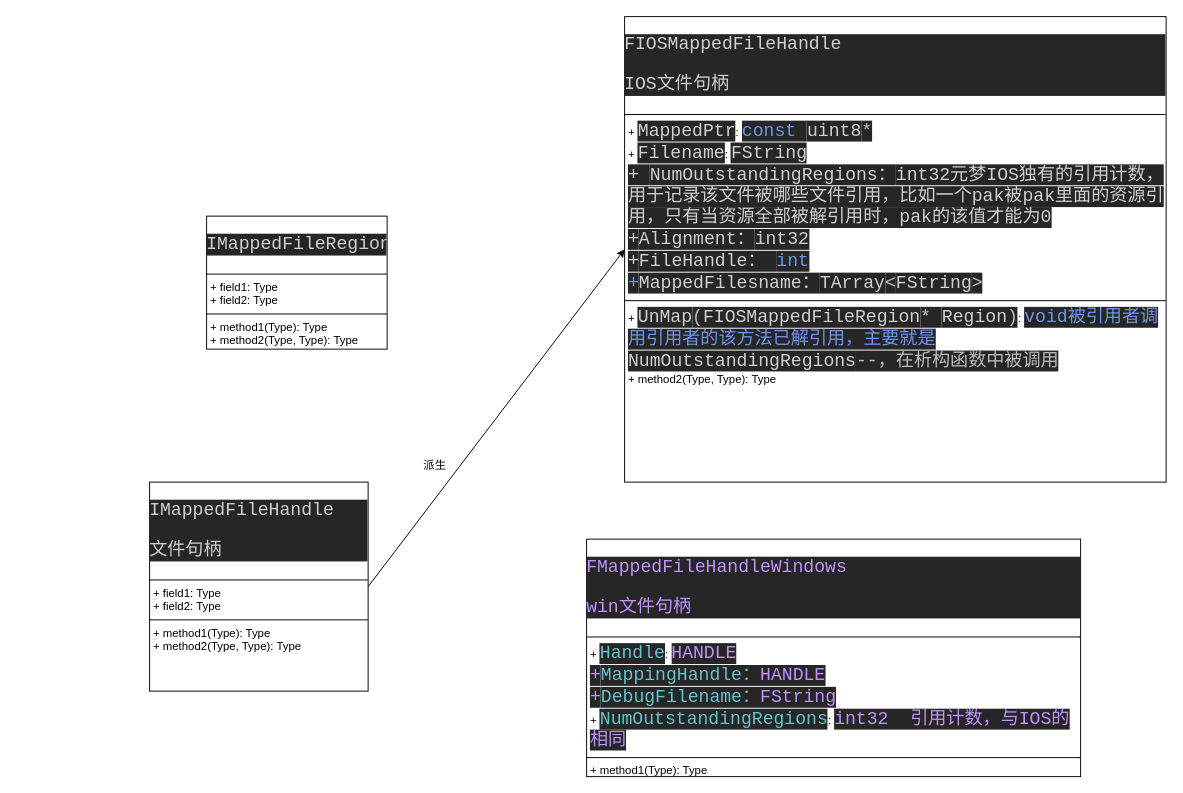
Before: page "类与数据结构C++端" (2 of 9) of 资源重构.drawio in ling-shixi/meta, a draw.io diagram. Source tidied: cells renumbered, new cells numbered last; positions are measured from the earlier drawing's top-left corner, leaving out a move shared by most shapes. Both pictures are drawn from the tidied source at 95%, with x=0, y=0 at pixel (149, 16).
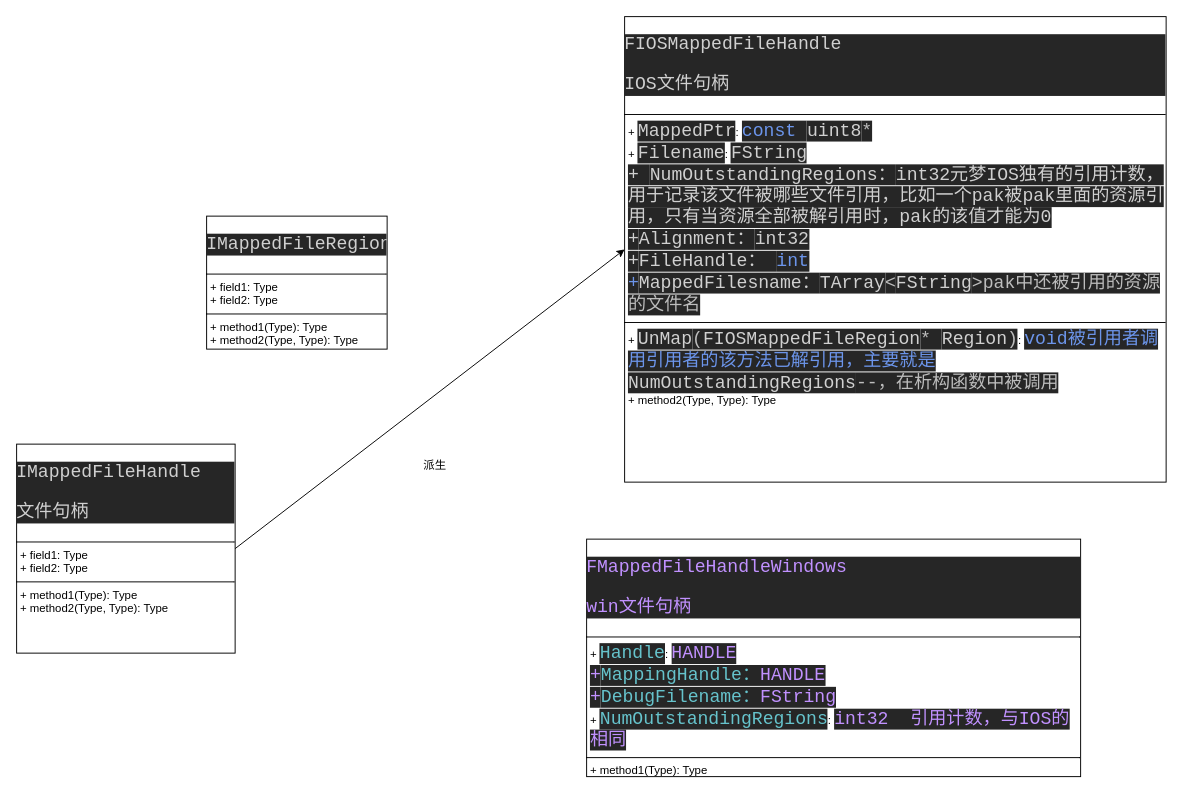
The same diagram, later.

Commit message:
更新资源重构.drawio

Change to the diagram source:
```diff
@@
 <mxGraphModel>
   <root>
     <mxCell id="0" />
     <mxCell id="1" parent="0" />
     <mxCell id="2" value="&lt;div style=&quot;background-color:#262626;color:#d0d0d0&quot;&gt;&lt;pre style=&quot;font-family:'JetBrains Mono',monospace;font-size:14.3pt;&quot;&gt;IMappedFileRegion&lt;/pre&gt;&lt;/div&gt;&lt;hr size=&quot;1&quot; style=&quot;border-style:solid;&quot;&gt;&lt;p style=&quot;margin:0px;margin-left:4px;&quot;&gt;+ field1: Type&lt;br&gt;+ field2: Type&lt;/p&gt;&lt;hr size=&quot;1&quot; style=&quot;border-style:solid;&quot;&gt;&lt;p style=&quot;margin:0px;margin-left:4px;&quot;&gt;+ method1(Type): Type&lt;br&gt;+ method2(Type, Type): Type&lt;/p&gt;" style="verticalAlign=top;align=left;overflow=fill;html=1;whiteSpace=wrap;" parent="1" vertex="1">
       <mxGeometry x="60" y="210" width="190" height="140" as="geometry" />
     </mxCell>
     <mxCell id="3" value="&lt;div style=&quot;background-color:#262626;color:#d0d0d0&quot;&gt;&lt;pre style=&quot;font-family:'JetBrains Mono',monospace;font-size:14.3pt;&quot;&gt;IMappedFileHandle&lt;/pre&gt;&lt;pre style=&quot;font-family:'JetBrains Mono',monospace;font-size:14.3pt;&quot;&gt;文件句柄&lt;/pre&gt;&lt;/div&gt;&lt;hr size=&quot;1&quot; style=&quot;border-style:solid;&quot;&gt;&lt;p style=&quot;margin:0px;margin-left:4px;&quot;&gt;+ field1: Type&lt;br&gt;+ field2: Type&lt;/p&gt;&lt;hr size=&quot;1&quot; style=&quot;border-style:solid;&quot;&gt;&lt;p style=&quot;margin:0px;margin-left:4px;&quot;&gt;+ method1(Type): Type&lt;br&gt;+ method2(Type, Type): Type&lt;/p&gt;" style="verticalAlign=top;align=left;overflow=fill;html=1;whiteSpace=wrap;" parent="1" vertex="1">
-      <mxGeometry y="490" width="230" height="220" as="geometry" />
+      <mxGeometry x="-140" y="450" width="230" height="220" as="geometry" />
     </mxCell>
-    <mxCell id="4" value="&lt;div style=&quot;background-color:#262626;color:#d0d0d0&quot;&gt;&lt;pre style=&quot;font-family:'JetBrains Mono',monospace;font-size:14.3pt;&quot;&gt;FIOSMappedFileHandle&lt;/pre&gt;&lt;pre style=&quot;font-family:'JetBrains Mono',monospace;font-size:14.3pt;&quot;&gt;IOS文件句柄&lt;/pre&gt;&lt;/div&gt;&lt;hr size=&quot;1&quot; style=&quot;border-style:solid;&quot;&gt;&lt;p style=&quot;margin:0px;margin-left:4px;&quot;&gt;+&amp;nbsp;&lt;span style=&quot;font-family: &amp;quot;JetBrains Mono&amp;quot;, monospace; font-size: 14.3pt; background-color: rgb(38, 38, 38); color: rgb(208, 208, 208);&quot;&gt;MappedPtr&lt;/span&gt;&lt;span style=&quot;background-color: initial;&quot;&gt;:&amp;nbsp;&lt;/span&gt;&lt;span style=&quot;font-family: &amp;quot;JetBrains Mono&amp;quot;, monospace; font-size: 14.3pt; background-color: rgb(38, 38, 38); color: rgb(108, 149, 235);&quot;&gt;const &lt;/span&gt;&lt;span style=&quot;font-family: &amp;quot;JetBrains Mono&amp;quot;, monospace; font-size: 14.3pt; background-color: rgb(38, 38, 38); color: rgb(208, 208, 208);&quot;&gt;uint8&lt;/span&gt;&lt;span style=&quot;font-family: &amp;quot;JetBrains Mono&amp;quot;, monospace; font-size: 14.3pt; background-color: rgb(38, 38, 38); color: rgb(189, 189, 189);&quot;&gt;*&lt;/span&gt;&lt;/p&gt;&lt;p style=&quot;margin:0px;margin-left:4px;&quot;&gt;+&amp;nbsp;&lt;span style=&quot;font-family: &amp;quot;JetBrains Mono&amp;quot;, monospace; font-size: 14.3pt; background-color: rgb(38, 38, 38); color: rgb(208, 208, 208);&quot;&gt;Filename&lt;/span&gt;&lt;span style=&quot;background-color: initial;&quot;&gt;:&amp;nbsp;&lt;/span&gt;&lt;span style=&quot;font-family: &amp;quot;JetBrains Mono&amp;quot;, monospace; font-size: 14.3pt; background-color: rgb(38, 38, 38); color: rgb(208, 208, 208);&quot;&gt;FString&lt;/span&gt;&lt;/p&gt;&lt;p style=&quot;margin:0px;margin-left:4px;&quot;&gt;&lt;span style=&quot;font-family: &amp;quot;JetBrains Mono&amp;quot;, monospace; font-size: 14.3pt; background-color: rgb(38, 38, 38); color: rgb(208, 208, 208);&quot;&gt;+&amp;nbsp;&lt;/span&gt;&lt;span style=&quot;font-family: &amp;quot;JetBrains Mono&amp;quot;, monospace; font-size: 14.3pt; background-color: rgb(38, 38, 38); color: rgb(208, 208, 208);&quot;&gt;NumOutstandingRegions：&lt;/span&gt;&lt;span style=&quot;font-family: &amp;quot;JetBrains Mono&amp;quot;, monospace; font-size: 14.3pt; background-color: rgb(38, 38, 38); color: rgb(208, 208, 208);&quot;&gt;int32元梦IOS独有的引用计数，用于记录该文件被哪些文件引用，比如一个pak被pak里面的资源引用，只有当资源全部被解引用时，pak的该值才能为0&lt;/span&gt;&lt;/p&gt;&lt;p style=&quot;margin:0px;margin-left:4px;&quot;&gt;&lt;span style=&quot;font-family: &amp;quot;JetBrains Mono&amp;quot;, monospace; font-size: 14.3pt; background-color: rgb(38, 38, 38); color: rgb(208, 208, 208);&quot;&gt;+&lt;/span&gt;&lt;span style=&quot;font-family: &amp;quot;JetBrains Mono&amp;quot;, monospace; font-size: 14.3pt; background-color: rgb(38, 38, 38); color: rgb(208, 208, 208);&quot;&gt;Alignment：&lt;/span&gt;&lt;span style=&quot;font-family: &amp;quot;JetBrains Mono&amp;quot;, monospace; font-size: 14.3pt; background-color: rgb(38, 38, 38); color: rgb(208, 208, 208);&quot;&gt;int32&lt;/span&gt;&lt;/p&gt;&lt;p style=&quot;margin:0px;margin-left:4px;&quot;&gt;&lt;span style=&quot;font-family: &amp;quot;JetBrains Mono&amp;quot;, monospace; font-size: 14.3pt; background-color: rgb(38, 38, 38); color: rgb(208, 208, 208);&quot;&gt;+&lt;/span&gt;&lt;span style=&quot;font-family: &amp;quot;JetBrains Mono&amp;quot;, monospace; font-size: 14.3pt; background-color: rgb(38, 38, 38); color: rgb(208, 208, 208);&quot;&gt;FileHandle：&amp;nbsp;&lt;/span&gt;&lt;span style=&quot;color: rgb(108, 149, 235); font-family: &amp;quot;JetBrains Mono&amp;quot;, monospace; font-size: 14.3pt; background-color: rgb(38, 38, 38);&quot;&gt;int&lt;/span&gt;&lt;/p&gt;&lt;p style=&quot;margin:0px;margin-left:4px;&quot;&gt;&lt;span style=&quot;color: rgb(108, 149, 235); font-family: &amp;quot;JetBrains Mono&amp;quot;, monospace; font-size: 14.3pt; background-color: rgb(38, 38, 38);&quot;&gt;+&lt;/span&gt;&lt;span style=&quot;font-family: &amp;quot;JetBrains Mono&amp;quot;, monospace; font-size: 14.3pt; background-color: rgb(38, 38, 38); color: rgb(208, 208, 208);&quot;&gt;MappedFilesname：&lt;/span&gt;&lt;span style=&quot;font-family: &amp;quot;JetBrains Mono&amp;quot;, monospace; font-size: 14.3pt; background-color: rgb(38, 38, 38); color: rgb(208, 208, 208);&quot;&gt;TArray&lt;/span&gt;&lt;span style=&quot;font-family: &amp;quot;JetBrains Mono&amp;quot;, monospace; font-size: 14.3pt; background-color: rgb(38, 38, 38); color: rgb(189, 189, 189);&quot;&gt;&amp;lt;&lt;/span&gt;&lt;span style=&quot;font-family: &amp;quot;JetBrains Mono&amp;quot;, monospace; font-size: 14.3pt; background-color: rgb(38, 38, 38); color: rgb(208, 208, 208);&quot;&gt;FString&lt;/span&gt;&lt;span style=&quot;font-family: &amp;quot;JetBrains Mono&amp;quot;, monospace; font-size: 14.3pt; background-color: rgb(38, 38, 38); color: rgb(189, 189, 189);&quot;&gt;&amp;gt;&lt;/span&gt;&lt;/p&gt;&lt;hr size=&quot;1&quot; style=&quot;border-style:solid;&quot;&gt;&lt;p style=&quot;margin:0px;margin-left:4px;&quot;&gt;+&amp;nbsp;&lt;span style=&quot;font-family: &amp;quot;JetBrains Mono&amp;quot;, monospace; font-size: 14.3pt; background-color: rgb(38, 38, 38); color: rgb(208, 208, 208);&quot;&gt;UnMap&lt;/span&gt;&lt;span style=&quot;font-family: &amp;quot;JetBrains Mono&amp;quot;, monospace; font-size: 14.3pt; background-color: rgb(38, 38, 38); color: rgb(189, 189, 189);&quot;&gt;(&lt;/span&gt;&lt;span style=&quot;font-family: &amp;quot;JetBrains Mono&amp;quot;, monospace; font-size: 14.3pt; background-color: rgb(38, 38, 38); color: rgb(208, 208, 208);&quot;&gt;FIOSMappedFileRegion&lt;/span&gt;&lt;span style=&quot;font-family: &amp;quot;JetBrains Mono&amp;quot;, monospace; font-size: 14.3pt; background-color: rgb(38, 38, 38); color: rgb(189, 189, 189);&quot;&gt;* &lt;/span&gt;&lt;span style=&quot;font-family: &amp;quot;JetBrains Mono&amp;quot;, monospace; font-size: 14.3pt; background-color: rgb(38, 38, 38); color: rgb(208, 208, 208);&quot;&gt;Region&lt;/span&gt;&lt;span style=&quot;font-family: &amp;quot;JetBrains Mono&amp;quot;, monospace; font-size: 14.3pt; background-color: rgb(38, 38, 38); color: rgb(189, 189, 189);&quot;&gt;)&lt;/span&gt;&lt;span style=&quot;background-color: initial;&quot;&gt;:&amp;nbsp;&lt;/span&gt;&lt;span style=&quot;color: rgb(108, 149, 235); font-family: &amp;quot;JetBrains Mono&amp;quot;, monospace; font-size: 14.3pt; background-color: rgb(38, 38, 38);&quot;&gt;void被引用者调用引用者的该方法已解引用，主要就是&lt;/span&gt;&lt;span style=&quot;font-family: &amp;quot;JetBrains Mono&amp;quot;, monospace; font-size: 14.3pt; background-color: rgb(38, 38, 38); color: rgb(208, 208, 208);&quot;&gt;NumOutstandingRegions&lt;/span&gt;&lt;span style=&quot;font-family: &amp;quot;JetBrains Mono&amp;quot;, monospace; font-size: 14.3pt; background-color: rgb(38, 38, 38); color: rgb(189, 189, 189);&quot;&gt;--，在析构函数中被调用&lt;/span&gt;&lt;/p&gt;&lt;p style=&quot;margin:0px;margin-left:4px;&quot;&gt;+ method2(Type, Type): Type&lt;/p&gt;" style="verticalAlign=top;align=left;overflow=fill;html=1;whiteSpace=wrap;" parent="1" vertex="1">
+    <mxCell id="4" value="&lt;div style=&quot;background-color:#262626;color:#d0d0d0&quot;&gt;&lt;pre style=&quot;font-family:'JetBrains Mono',monospace;font-size:14.3pt;&quot;&gt;FIOSMappedFileHandle&lt;/pre&gt;&lt;pre style=&quot;font-family:'JetBrains Mono',monospace;font-size:14.3pt;&quot;&gt;IOS文件句柄&lt;/pre&gt;&lt;/div&gt;&lt;hr size=&quot;1&quot; style=&quot;border-style:solid;&quot;&gt;&lt;p style=&quot;margin:0px;margin-left:4px;&quot;&gt;+&amp;nbsp;&lt;span style=&quot;font-family: &amp;quot;JetBrains Mono&amp;quot;, monospace; font-size: 14.3pt; background-color: rgb(38, 38, 38); color: rgb(208, 208, 208);&quot;&gt;MappedPtr&lt;/span&gt;&lt;span style=&quot;background-color: initial;&quot;&gt;:&amp;nbsp;&lt;/span&gt;&lt;span style=&quot;font-family: &amp;quot;JetBrains Mono&amp;quot;, monospace; font-size: 14.3pt; background-color: rgb(38, 38, 38); color: rgb(108, 149, 235);&quot;&gt;const &lt;/span&gt;&lt;span style=&quot;font-family: &amp;quot;JetBrains Mono&amp;quot;, monospace; font-size: 14.3pt; background-color: rgb(38, 38, 38); color: rgb(208, 208, 208);&quot;&gt;uint8&lt;/span&gt;&lt;span style=&quot;font-family: &amp;quot;JetBrains Mono&amp;quot;, monospace; font-size: 14.3pt; background-color: rgb(38, 38, 38); color: rgb(189, 189, 189);&quot;&gt;*&lt;/span&gt;&lt;/p&gt;&lt;p style=&quot;margin:0px;margin-left:4px;&quot;&gt;+&amp;nbsp;&lt;span style=&quot;font-family: &amp;quot;JetBrains Mono&amp;quot;, monospace; font-size: 14.3pt; background-color: rgb(38, 38, 38); color: rgb(208, 208, 208);&quot;&gt;Filename&lt;/span&gt;&lt;span style=&quot;background-color: initial;&quot;&gt;:&amp;nbsp;&lt;/span&gt;&lt;span style=&quot;font-family: &amp;quot;JetBrains Mono&amp;quot;, monospace; font-size: 14.3pt; background-color: rgb(38, 38, 38); color: rgb(208, 208, 208);&quot;&gt;FString&lt;/span&gt;&lt;/p&gt;&lt;p style=&quot;margin:0px;margin-left:4px;&quot;&gt;&lt;span style=&quot;font-family: &amp;quot;JetBrains Mono&amp;quot;, monospace; font-size: 14.3pt; background-color: rgb(38, 38, 38); color: rgb(208, 208, 208);&quot;&gt;+&amp;nbsp;&lt;/span&gt;&lt;span style=&quot;font-family: &amp;quot;JetBrains Mono&amp;quot;, monospace; font-size: 14.3pt; background-color: rgb(38, 38, 38); color: rgb(208, 208, 208);&quot;&gt;NumOutstandingRegions：&lt;/span&gt;&lt;span style=&quot;font-family: &amp;quot;JetBrains Mono&amp;quot;, monospace; font-size: 14.3pt; background-color: rgb(38, 38, 38); color: rgb(208, 208, 208);&quot;&gt;int32元梦IOS独有的引用计数，用于记录该文件被哪些文件引用，比如一个pak被pak里面的资源引用，只有当资源全部被解引用时，pak的该值才能为0&lt;/span&gt;&lt;/p&gt;&lt;p style=&quot;margin:0px;margin-left:4px;&quot;&gt;&lt;span style=&quot;font-family: &amp;quot;JetBrains Mono&amp;quot;, monospace; font-size: 14.3pt; background-color: rgb(38, 38, 38); color: rgb(208, 208, 208);&quot;&gt;+&lt;/span&gt;&lt;span style=&quot;font-family: &amp;quot;JetBrains Mono&amp;quot;, monospace; font-size: 14.3pt; background-color: rgb(38, 38, 38); color: rgb(208, 208, 208);&quot;&gt;Alignment：&lt;/span&gt;&lt;span style=&quot;font-family: &amp;quot;JetBrains Mono&amp;quot;, monospace; font-size: 14.3pt; background-color: rgb(38, 38, 38); color: rgb(208, 208, 208);&quot;&gt;int32&lt;/span&gt;&lt;/p&gt;&lt;p style=&quot;margin:0px;margin-left:4px;&quot;&gt;&lt;span style=&quot;font-family: &amp;quot;JetBrains Mono&amp;quot;, monospace; font-size: 14.3pt; background-color: rgb(38, 38, 38); color: rgb(208, 208, 208);&quot;&gt;+&lt;/span&gt;&lt;span style=&quot;font-family: &amp;quot;JetBrains Mono&amp;quot;, monospace; font-size: 14.3pt; background-color: rgb(38, 38, 38); color: rgb(208, 208, 208);&quot;&gt;FileHandle：&amp;nbsp;&lt;/span&gt;&lt;span style=&quot;color: rgb(108, 149, 235); font-family: &amp;quot;JetBrains Mono&amp;quot;, monospace; font-size: 14.3pt; background-color: rgb(38, 38, 38);&quot;&gt;int&lt;/span&gt;&lt;/p&gt;&lt;p style=&quot;margin:0px;margin-left:4px;&quot;&gt;&lt;span style=&quot;color: rgb(108, 149, 235); font-family: &amp;quot;JetBrains Mono&amp;quot;, monospace; font-size: 14.3pt; background-color: rgb(38, 38, 38);&quot;&gt;+&lt;/span&gt;&lt;span style=&quot;font-family: &amp;quot;JetBrains Mono&amp;quot;, monospace; font-size: 14.3pt; background-color: rgb(38, 38, 38); color: rgb(208, 208, 208);&quot;&gt;MappedFilesname：&lt;/span&gt;&lt;span style=&quot;font-family: &amp;quot;JetBrains Mono&amp;quot;, monospace; font-size: 14.3pt; background-color: rgb(38, 38, 38); color: rgb(208, 208, 208);&quot;&gt;TArray&lt;/span&gt;&lt;span style=&quot;font-family: &amp;quot;JetBrains Mono&amp;quot;, monospace; font-size: 14.3pt; background-color: rgb(38, 38, 38); color: rgb(189, 189, 189);&quot;&gt;&amp;lt;&lt;/span&gt;&lt;span style=&quot;font-family: &amp;quot;JetBrains Mono&amp;quot;, monospace; font-size: 14.3pt; background-color: rgb(38, 38, 38); color: rgb(208, 208, 208);&quot;&gt;FString&lt;/span&gt;&lt;span style=&quot;font-family: &amp;quot;JetBrains Mono&amp;quot;, monospace; font-size: 14.3pt; background-color: rgb(38, 38, 38); color: rgb(189, 189, 189);&quot;&gt;&amp;gt;pak中还被引用的资源的文件名&lt;/span&gt;&lt;/p&gt;&lt;hr size=&quot;1&quot; style=&quot;border-style:solid;&quot;&gt;&lt;p style=&quot;margin:0px;margin-left:4px;&quot;&gt;+&amp;nbsp;&lt;span style=&quot;font-family: &amp;quot;JetBrains Mono&amp;quot;, monospace; font-size: 14.3pt; background-color: rgb(38, 38, 38); color: rgb(208, 208, 208);&quot;&gt;UnMap&lt;/span&gt;&lt;span style=&quot;font-family: &amp;quot;JetBrains Mono&amp;quot;, monospace; font-size: 14.3pt; background-color: rgb(38, 38, 38); color: rgb(189, 189, 189);&quot;&gt;(&lt;/span&gt;&lt;span style=&quot;font-family: &amp;quot;JetBrains Mono&amp;quot;, monospace; font-size: 14.3pt; background-color: rgb(38, 38, 38); color: rgb(208, 208, 208);&quot;&gt;FIOSMappedFileRegion&lt;/span&gt;&lt;span style=&quot;font-family: &amp;quot;JetBrains Mono&amp;quot;, monospace; font-size: 14.3pt; background-color: rgb(38, 38, 38); color: rgb(189, 189, 189);&quot;&gt;* &lt;/span&gt;&lt;span style=&quot;font-family: &amp;quot;JetBrains Mono&amp;quot;, monospace; font-size: 14.3pt; background-color: rgb(38, 38, 38); color: rgb(208, 208, 208);&quot;&gt;Region&lt;/span&gt;&lt;span style=&quot;font-family: &amp;quot;JetBrains Mono&amp;quot;, monospace; font-size: 14.3pt; background-color: rgb(38, 38, 38); color: rgb(189, 189, 189);&quot;&gt;)&lt;/span&gt;&lt;span style=&quot;background-color: initial;&quot;&gt;:&amp;nbsp;&lt;/span&gt;&lt;span style=&quot;color: rgb(108, 149, 235); font-family: &amp;quot;JetBrains Mono&amp;quot;, monospace; font-size: 14.3pt; background-color: rgb(38, 38, 38);&quot;&gt;void被引用者调用引用者的该方法已解引用，主要就是&lt;/span&gt;&lt;span style=&quot;font-family: &amp;quot;JetBrains Mono&amp;quot;, monospace; font-size: 14.3pt; background-color: rgb(38, 38, 38); color: rgb(208, 208, 208);&quot;&gt;NumOutstandingRegions&lt;/span&gt;&lt;span style=&quot;font-family: &amp;quot;JetBrains Mono&amp;quot;, monospace; font-size: 14.3pt; background-color: rgb(38, 38, 38); color: rgb(189, 189, 189);&quot;&gt;--，在析构函数中被调用&lt;/span&gt;&lt;/p&gt;&lt;p style=&quot;margin:0px;margin-left:4px;&quot;&gt;+ method2(Type, Type): Type&lt;/p&gt;" style="verticalAlign=top;align=left;overflow=fill;html=1;whiteSpace=wrap;" parent="1" vertex="1">
       <mxGeometry x="500" width="570" height="490" as="geometry" />
     </mxCell>
     <mxCell id="5" style="endArrow=classic;html=1;rounded=0;exitX=1;exitY=0.5;exitDx=0;exitDy=0;entryX=0;entryY=0.5;entryDx=0;entryDy=0;" parent="1" edge="1" source="3" target="4">
       <mxGeometry relative="1" as="geometry" />
     </mxCell>
     <mxCell id="6" value="派生" style="text;html=1;align=center;verticalAlign=middle;strokeColor=none;fillColor=none;" parent="1" vertex="1">
       <mxGeometry x="275" y="458" width="50" height="30" as="geometry" />
     </mxCell>
     <mxCell id="7" value="&lt;div style=&quot;background-color:#262626;color:#d0d0d0&quot;&gt;&lt;pre style=&quot;font-family:'JetBrains Mono',monospace;font-size:14.3pt;&quot;&gt;&lt;span style=&quot;color:#c191ff;&quot;&gt;FMappedFileHandleWindows&lt;/span&gt;&lt;/pre&gt;&lt;pre style=&quot;font-family:'JetBrains Mono',monospace;font-size:14.3pt;&quot;&gt;&lt;span style=&quot;color:#c191ff;&quot;&gt;win文件句柄&lt;/span&gt;&lt;/pre&gt;&lt;/div&gt;&lt;hr size=&quot;1&quot; style=&quot;border-style:solid;&quot;&gt;&lt;p style=&quot;margin:0px;margin-left:4px;&quot;&gt;+&amp;nbsp;&lt;span style=&quot;color: rgb(102, 195, 204); font-family: &amp;quot;JetBrains Mono&amp;quot;, monospace; font-size: 14.3pt; background-color: rgb(38, 38, 38);&quot;&gt;Handle&lt;/span&gt;&lt;span style=&quot;background-color: initial;&quot;&gt;:&amp;nbsp;&lt;/span&gt;&lt;span style=&quot;color: rgb(193, 145, 255); font-family: &amp;quot;JetBrains Mono&amp;quot;, monospace; font-size: 14.3pt; background-color: rgb(38, 38, 38);&quot;&gt;HANDLE&lt;/span&gt;&lt;/p&gt;&lt;p style=&quot;margin:0px;margin-left:4px;&quot;&gt;&lt;span style=&quot;color: rgb(193, 145, 255); font-family: &amp;quot;JetBrains Mono&amp;quot;, monospace; font-size: 14.3pt; background-color: rgb(38, 38, 38);&quot;&gt;+&lt;/span&gt;&lt;span style=&quot;color: rgb(102, 195, 204); font-family: &amp;quot;JetBrains Mono&amp;quot;, monospace; font-size: 14.3pt; background-color: rgb(38, 38, 38);&quot;&gt;MappingHandle：&lt;/span&gt;&lt;span style=&quot;color: rgb(193, 145, 255); font-family: &amp;quot;JetBrains Mono&amp;quot;, monospace; font-size: 14.3pt; background-color: rgb(38, 38, 38);&quot;&gt;HANDLE&lt;/span&gt;&lt;/p&gt;&lt;p style=&quot;margin:0px;margin-left:4px;&quot;&gt;&lt;span style=&quot;color: rgb(193, 145, 255); font-family: &amp;quot;JetBrains Mono&amp;quot;, monospace; font-size: 14.3pt; background-color: rgb(38, 38, 38);&quot;&gt;+&lt;/span&gt;&lt;span style=&quot;color: rgb(102, 195, 204); font-family: &amp;quot;JetBrains Mono&amp;quot;, monospace; font-size: 14.3pt; background-color: rgb(38, 38, 38);&quot;&gt;DebugFilename：&lt;/span&gt;&lt;span style=&quot;color: rgb(193, 145, 255); font-family: &amp;quot;JetBrains Mono&amp;quot;, monospace; font-size: 14.3pt; background-color: rgb(38, 38, 38);&quot;&gt;FString&lt;/span&gt;&lt;/p&gt;&lt;p style=&quot;margin:0px;margin-left:4px;&quot;&gt;&lt;span style=&quot;background-color: initial;&quot;&gt;+&amp;nbsp;&lt;/span&gt;&lt;span style=&quot;color: rgb(102, 195, 204); font-family: &amp;quot;JetBrains Mono&amp;quot;, monospace; font-size: 14.3pt; background-color: rgb(38, 38, 38);&quot;&gt;NumOutstandingRegions&lt;/span&gt;&lt;span style=&quot;background-color: initial;&quot;&gt;:&amp;nbsp;&lt;/span&gt;&lt;span style=&quot;color: rgb(193, 145, 255); font-family: &amp;quot;JetBrains Mono&amp;quot;, monospace; font-size: 14.3pt; background-color: rgb(38, 38, 38);&quot;&gt;int32&amp;nbsp; 引用计数，与IOS的相同&lt;/span&gt;&lt;/p&gt;&lt;hr size=&quot;1&quot; style=&quot;border-style:solid;&quot;&gt;&lt;p style=&quot;margin:0px;margin-left:4px;&quot;&gt;+ method1(Type): Type&lt;br&gt;+ method2(Type, Type): Type&lt;/p&gt;" style="verticalAlign=top;align=left;overflow=fill;html=1;whiteSpace=wrap;" parent="1" vertex="1">
       <mxGeometry x="460" y="550" width="520" height="250" as="geometry" />
     </mxCell>
   </root>
 </mxGraphModel>
```
